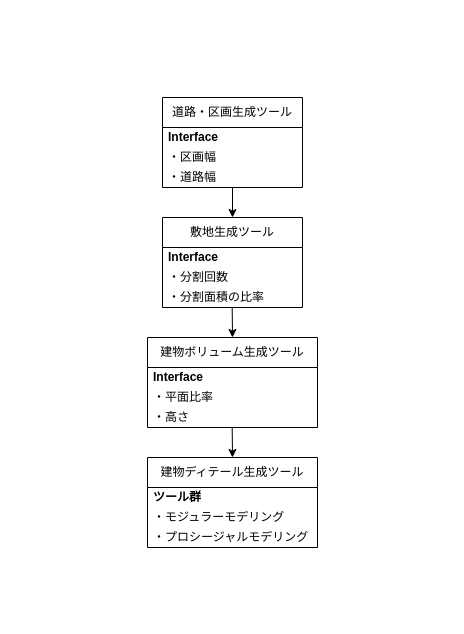
Before: PF/Drawio/CityGenerator_UML.drawio in uminchegject/ToDo, a draw.io diagram. Source tidied: cells renumbered, new cells numbered last; positions are measured from the earlier drawing's top-left corner, leaving out a move shared by most shapes. Both pictures are drawn from the tidied source at 100%, with x=0, y=0 at pixel (17, 17).
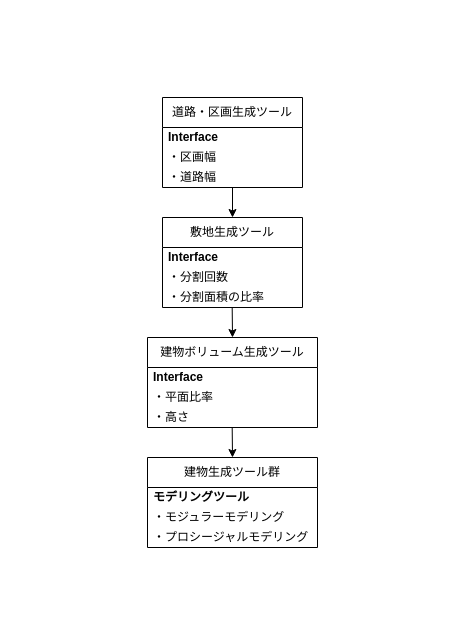
The same diagram, later.

The edit, as a diff of the source:
```diff
@@
-    <mxCell id="16" value="建物ディテール生成ツール" style="swimlane;fontStyle=0;horizontal=1;startSize=30;whiteSpace=wrap;html=1;" parent="1" vertex="1">
+    <mxCell id="16" value="建物生成ツール群" style="swimlane;fontStyle=0;horizontal=1;startSize=30;whiteSpace=wrap;html=1;" parent="1" vertex="1">
       <mxGeometry x="130" y="440" width="170" height="90" as="geometry" />
     </mxCell>
-    <mxCell id="17" value="&lt;b&gt;ツール群&lt;/b&gt;" style="text;strokeColor=none;fillColor=none;align=left;verticalAlign=middle;spacingLeft=4;spacingRight=4;overflow=hidden;whiteSpace=wrap;html=1;" parent="16" vertex="1">
+    <mxCell id="17" value="&lt;b&gt;モデリングツール&lt;/b&gt;" style="text;strokeColor=none;fillColor=none;align=left;verticalAlign=middle;spacingLeft=4;spacingRight=4;overflow=hidden;whiteSpace=wrap;html=1;" parent="16" vertex="1">
       <mxGeometry y="30" width="170" height="20" as="geometry" />
     </mxCell>
```
